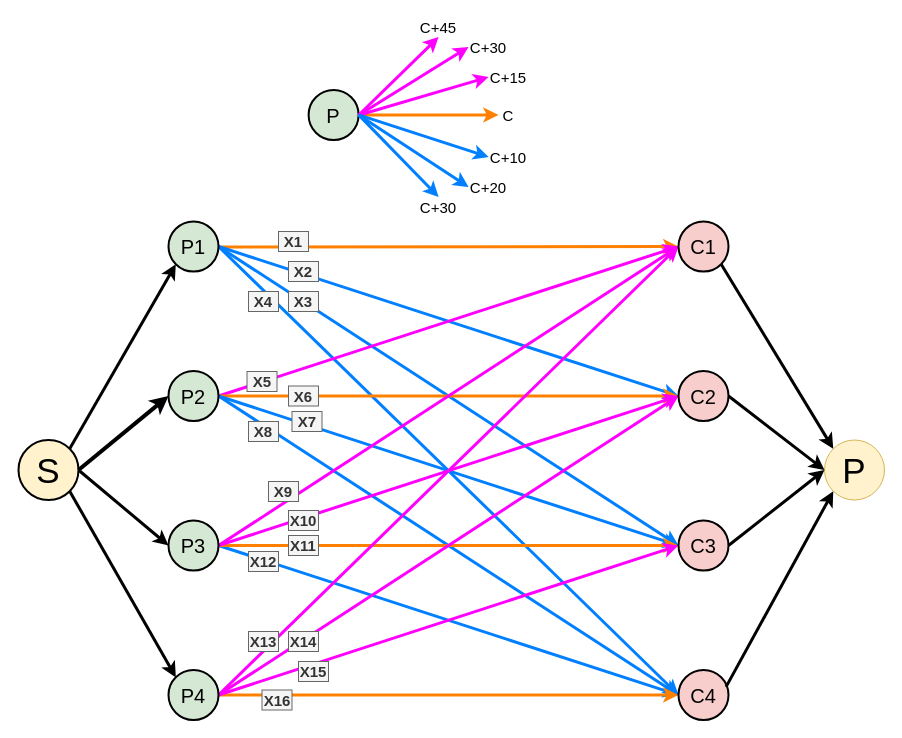
Before: RO/TP2/Untitled Diagram.drawio in Fallkaniste/L3, a draw.io diagram. Source tidied: cells renumbered, new cells numbered last; positions are measured from the earlier drawing's top-left corner, leaving out a move shared by most shapes. Both pictures are drawn from the tidied source at 100%, with x=0, y=0 at pixel (18, 17).
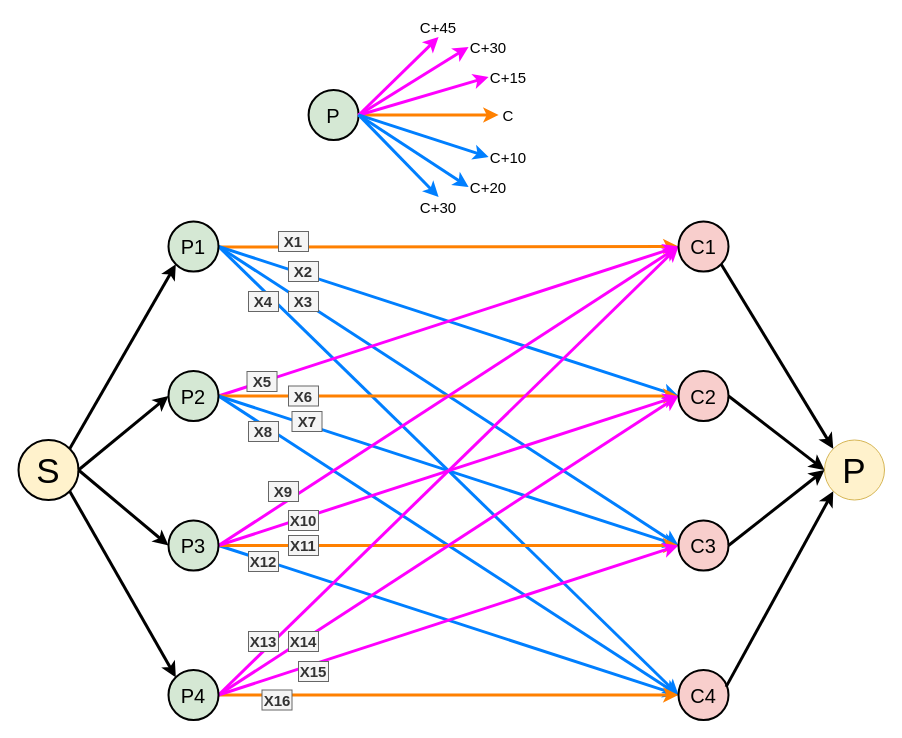
The same diagram, later.

The change refers to these unchanged cells:
```xml
<mxCell id="11" value="&lt;font style=&quot;font-size: 20px&quot;&gt;P2&lt;/font&gt;" style="ellipse;whiteSpace=wrap;html=1;fillColor=#d5e8d4;strokeColor=#000000;strokeWidth=2;" parent="1" vertex="1">
  <mxGeometry x="150" y="353.5" width="50" height="50" as="geometry" />
</mxCell>
<mxCell id="22" value="&lt;font style=&quot;font-size: 35px&quot;&gt;S&lt;/font&gt;" style="ellipse;whiteSpace=wrap;html=1;fillColor=#fff2cc;strokeColor=#000000;strokeWidth=2;" parent="1" vertex="1">
  <mxGeometry y="422.5" width="60" height="60" as="geometry" />
</mxCell>
```

The edit, as a diff of the source:
```diff
@@
-    <mxCell id="29" style="endArrow=classic;html=1;entryX=0;entryY=0.5;entryDx=0;entryDy=0;exitX=1;exitY=0.5;exitDx=0;exitDy=0;strokeWidth=4;" parent="1" edge="1" source="22" target="11">
+    <mxCell id="29" style="endArrow=classic;html=1;entryX=0;entryY=0.5;entryDx=0;entryDy=0;exitX=1;exitY=0.5;exitDx=0;exitDy=0;strokeWidth=3;" parent="1" edge="1" source="22" target="11">
       <mxGeometry relative="1" as="geometry" />
     </mxCell>
```
